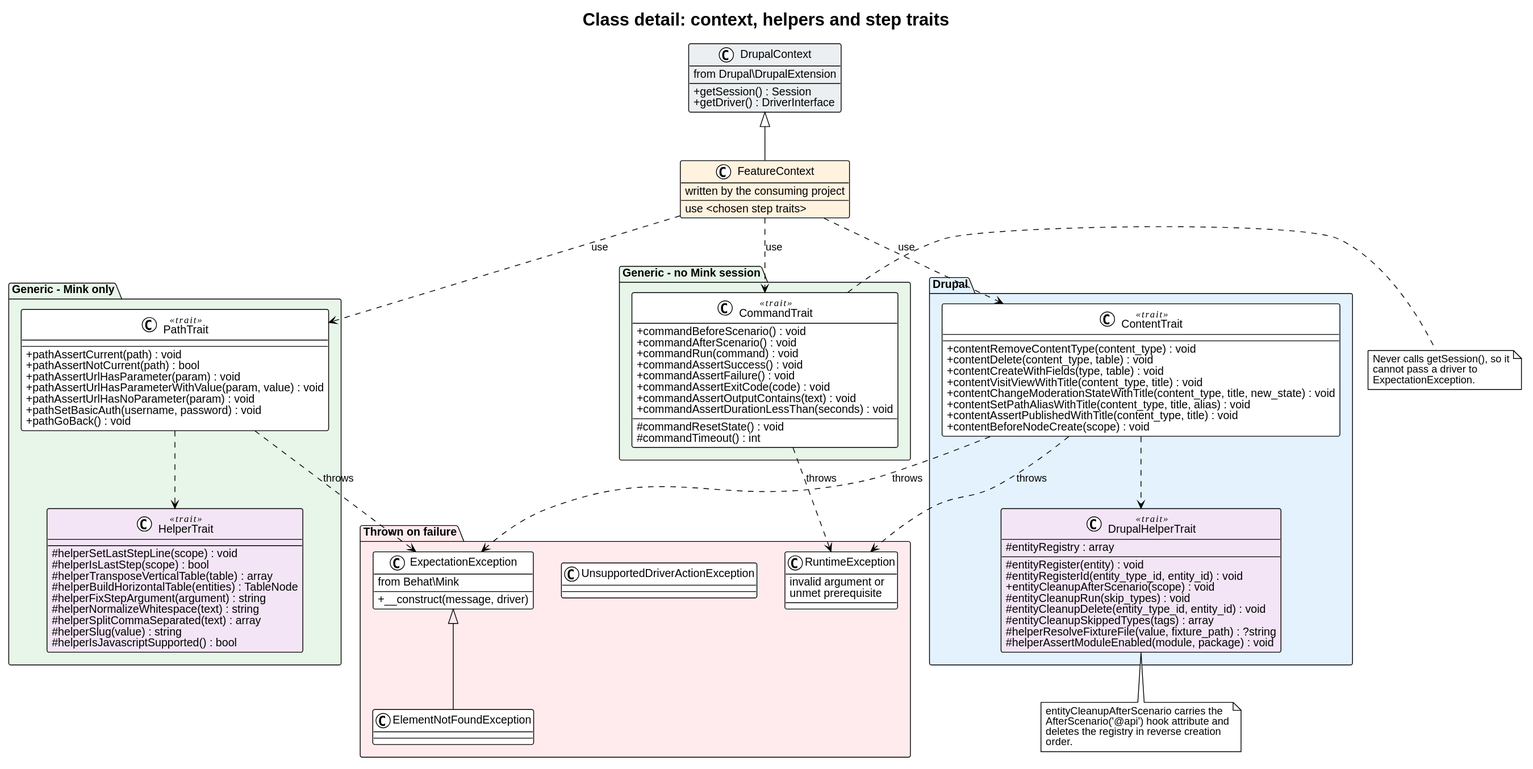
Earlier version of the PlantUML export docs/architecture/class-context.svg (drevops/behat-steps).
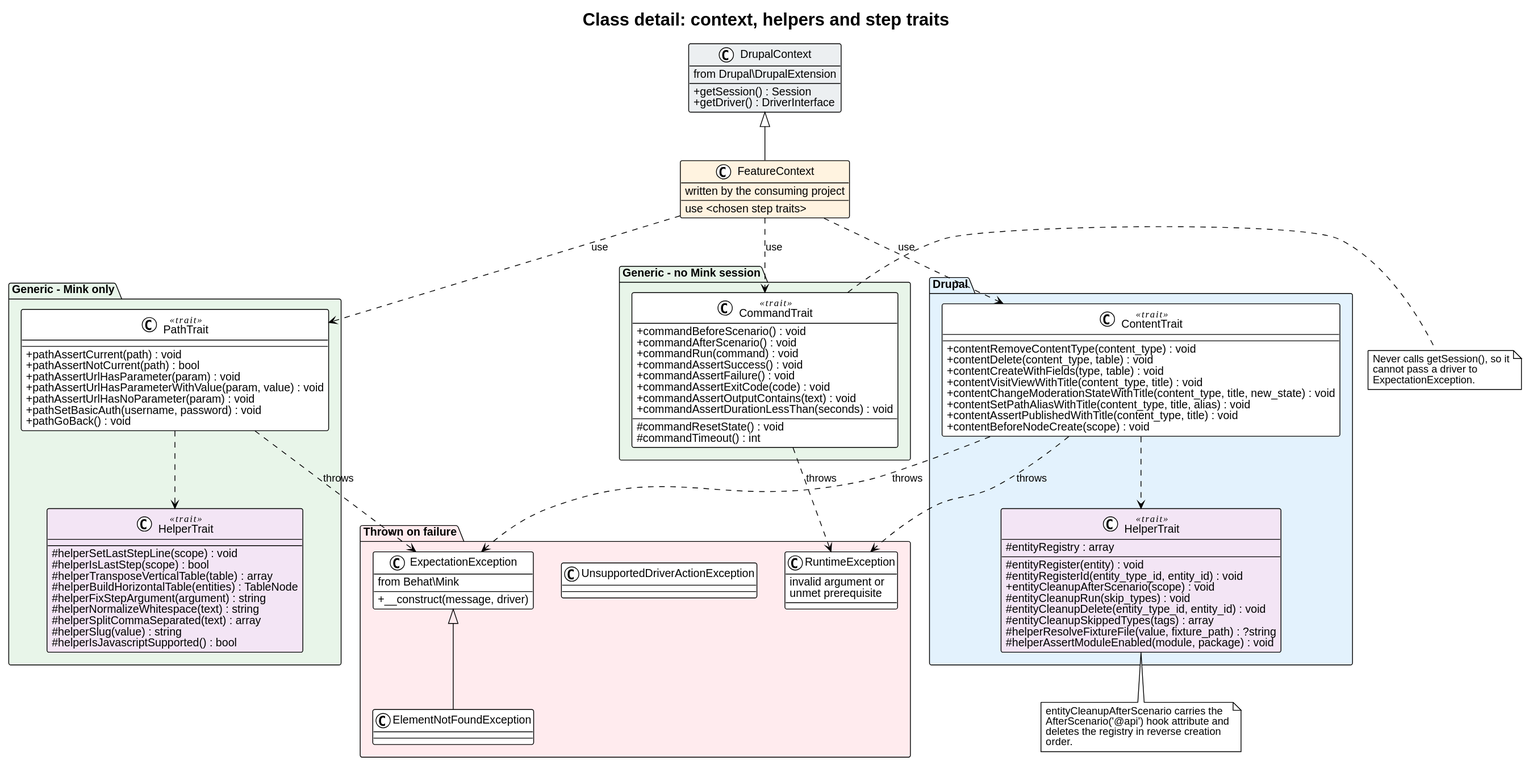
Later version of the same file.

Commit message:
Addressed code review: corrected the Java prerequisite, the PNG render path, the helper trait name and the docs.php exit branches.

Change to the diagram source:
```diff
@@ -73,7 +73,7 @@
     +contentBeforeNodeCreate(scope) : void
   }
 
-  class DrupalHelperTrait <<trait>> #F3E5F5 {
+  class "HelperTrait" as DrupalHelperTrait <<trait>> #F3E5F5 {
     #entityRegistry : array
     --
     #entityRegister(entity) : void
```
